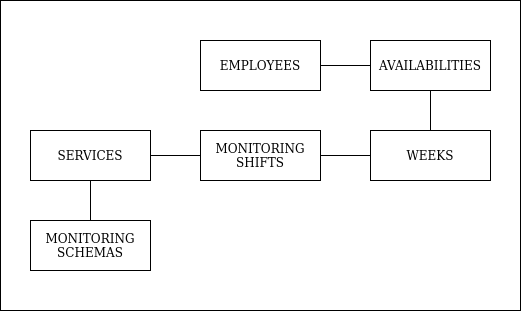
Earlier version of the draw.io export public/diagram.png (matipacheco/maas-backend). Source tidied: cells renumbered, new cells last; positions are measured from the earlier drawing's top-left corner, leaving out a move shared by most shapes.
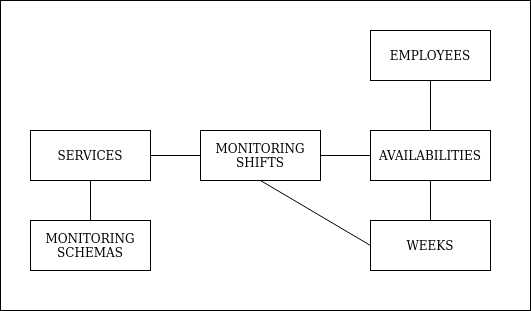
The same file after the commit.

Change to the diagram source:
```diff
@@ -3,16 +3,16 @@
     <mxCell id="0" />
     <mxCell id="1" parent="0" />
     <mxCell id="2" style="rounded=0;whiteSpace=wrap;html=1;" parent="1" vertex="1">
-      <mxGeometry width="520" height="310" as="geometry" />
+      <mxGeometry width="530" height="310" as="geometry" />
     </mxCell>
     <mxCell id="3" value="&lt;div&gt;EMPLOYEES&lt;/div&gt;" style="rounded=0;whiteSpace=wrap;html=1;" parent="1" vertex="1">
-      <mxGeometry x="200" y="40" width="120" height="50" as="geometry" />
+      <mxGeometry x="370" y="30" width="120" height="50" as="geometry" />
     </mxCell>
     <mxCell id="4" value="SERVICES" style="rounded=0;whiteSpace=wrap;html=1;" parent="1" vertex="1">
       <mxGeometry x="30" y="130" width="120" height="50" as="geometry" />
     </mxCell>
     <mxCell id="5" value="&lt;div&gt;WEEKS&lt;/div&gt;" style="rounded=0;whiteSpace=wrap;html=1;" parent="1" vertex="1">
-      <mxGeometry x="370" y="130" width="120" height="50" as="geometry" />
+      <mxGeometry x="370" y="220" width="120" height="50" as="geometry" />
     </mxCell>
     <mxCell id="6" value="&lt;div&gt;MONITORING&lt;/div&gt;&lt;div&gt;SCHEMAS&lt;br&gt;&lt;/div&gt;" style="rounded=0;whiteSpace=wrap;html=1;" parent="1" vertex="1">
       <mxGeometry x="30" y="220" width="120" height="50" as="geometry" />
@@ -26,17 +26,20 @@
     <mxCell id="9" style="endArrow=none;html=1;exitX=1;exitY=0.5;exitDx=0;exitDy=0;entryX=0;entryY=0.5;entryDx=0;entryDy=0;" parent="1" edge="1" source="4" target="7">
       <mxGeometry relative="1" as="geometry" />
     </mxCell>
-    <mxCell id="10" style="endArrow=none;html=1;exitX=1;exitY=0.5;exitDx=0;exitDy=0;entryX=0;entryY=0.5;entryDx=0;entryDy=0;" parent="1" edge="1" source="7" target="5">
-      <mxGeometry relative="1" as="geometry" />
+    <mxCell id="10" value="AVAILABILITIES" style="rounded=0;whiteSpace=wrap;html=1;" parent="1" vertex="1">
+      <mxGeometry x="370" y="130" width="120" height="50" as="geometry" />
     </mxCell>
-    <mxCell id="11" value="AVAILABILITIES" style="rounded=0;whiteSpace=wrap;html=1;" parent="1" vertex="1">
-      <mxGeometry x="370" y="40" width="120" height="50" as="geometry" />
+    <mxCell id="11" style="endArrow=none;html=1;entryX=0.5;entryY=1;entryDx=0;entryDy=0;exitX=0.5;exitY=0;exitDx=0;exitDy=0;" parent="1" edge="1" source="5" target="10">
+      <mxGeometry relative="1" as="geometry" />
     </mxCell>
-    <mxCell id="12" style="endArrow=none;html=1;entryX=0.5;entryY=1;entryDx=0;entryDy=0;exitX=0.5;exitY=0;exitDx=0;exitDy=0;" parent="1" edge="1" source="5" target="11">
+    <mxCell id="12" style="endArrow=none;html=1;entryX=0.5;entryY=1;entryDx=0;entryDy=0;exitX=0.5;exitY=0;exitDx=0;exitDy=0;" parent="1" edge="1" source="10" target="3">
       <mxGeometry relative="1" as="geometry" />
     </mxCell>
-    <mxCell id="13" style="endArrow=none;html=1;entryX=1;entryY=0.5;entryDx=0;entryDy=0;" parent="1" edge="1" source="11" target="3">
+    <mxCell id="13" style="endArrow=none;html=1;entryX=0;entryY=0.5;entryDx=0;entryDy=0;exitX=1;exitY=0.5;exitDx=0;exitDy=0;" parent="1" edge="1" source="7" target="10">
       <mxGeometry relative="1" as="geometry" />
     </mxCell>
+    <mxCell id="14" style="endArrow=none;html=1;entryX=0;entryY=0.5;entryDx=0;entryDy=0;exitX=0.5;exitY=1;exitDx=0;exitDy=0;" parent="1" edge="1" source="7" target="5">
+      <mxGeometry relative="1" as="geometry" />
+    </mxCell>
   </root>
 </mxGraphModel>
```
